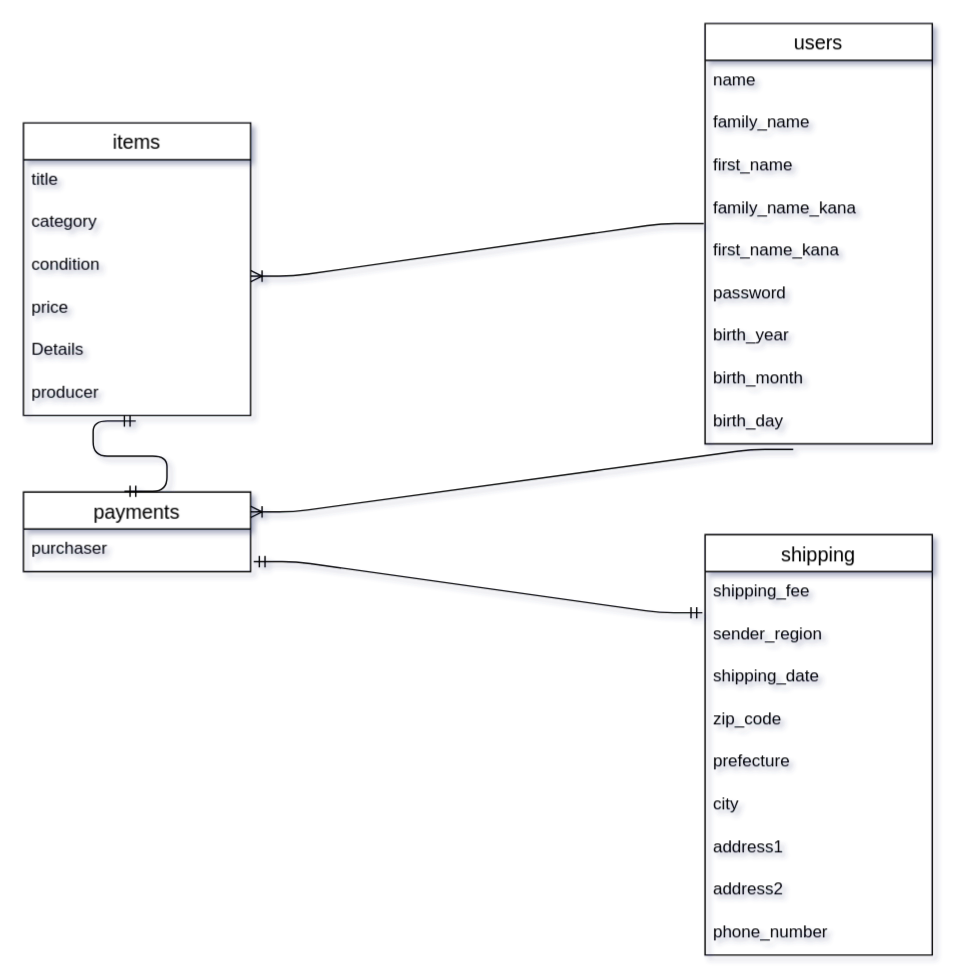
shohei-fujiwara03/furima-34435 keeps this draw.io diagram as page "ページ1" (1 of 2) of furima-34435.dio. Above is the earlier version. Source tidied: cells renumbered, new cells numbered last; positions are measured from the earlier drawing's top-left corner, leaving out a move shared by most shapes. Both pictures are drawn from the tidied source at 142%, with x=0, y=0 at pixel (23, 23).
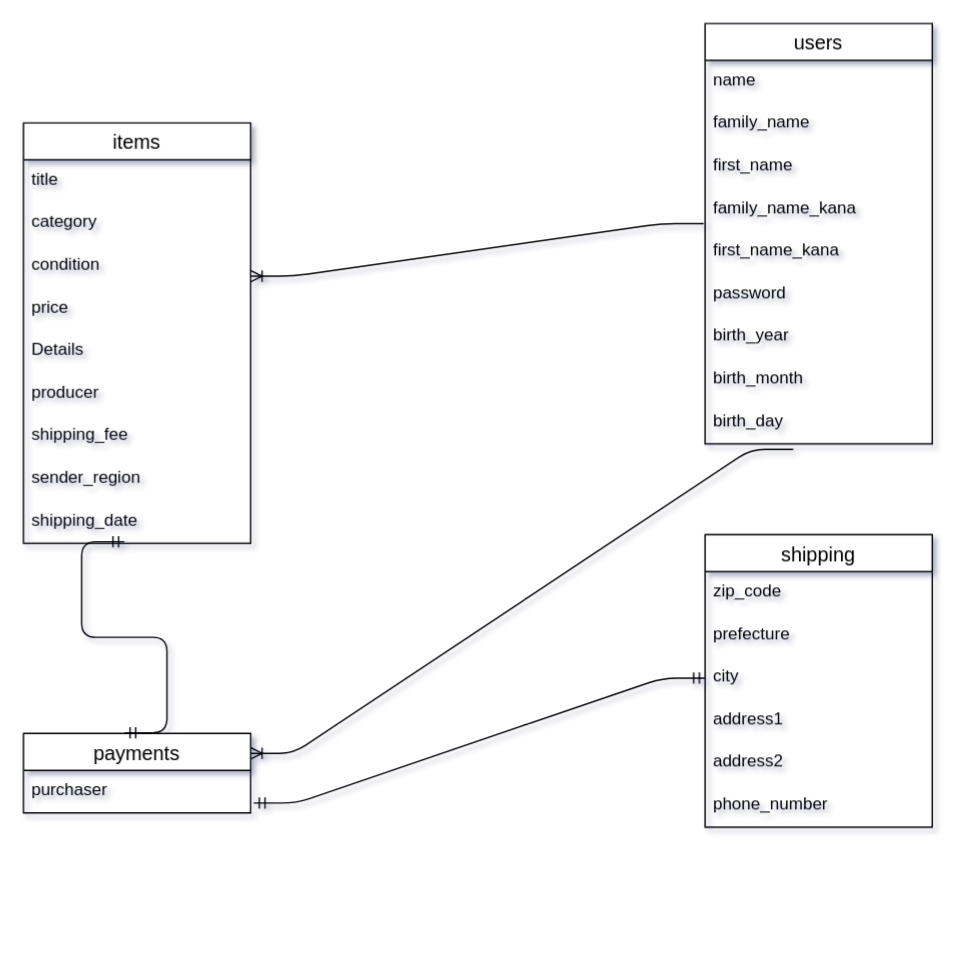
The same diagram, later.

Unchanged cells that the change refers to:
```xml
<mxCell id="8" value="producer" style="text;strokeColor=none;fillColor=none;spacingLeft=4;spacingRight=4;overflow=hidden;points=[[0,0.5],[1,0.5]];portConstraint=eastwest;fontSize=12;" parent="2" vertex="1">
  <mxGeometry y="176" width="160" height="30" as="geometry" />
</mxCell>
<mxCell id="20" value="purchaser" style="text;strokeColor=none;fillColor=none;spacingLeft=4;spacingRight=4;overflow=hidden;points=[[0,0.5],[1,0.5]];portConstraint=eastwest;fontSize=12;" parent="19" vertex="1">
  <mxGeometry y="26" width="160" height="30" as="geometry" />
</mxCell>
```

Change to the diagram source:
```diff
@@
     <mxCell id="2" value="items" style="swimlane;fontStyle=0;horizontal=1;startSize=26;align=center;fontSize=14;" parent="1" vertex="1">
-      <mxGeometry y="70" width="160" height="206" as="geometry" />
+      <mxGeometry y="70" width="160" height="296" as="geometry" />
     </mxCell>
@@
+    <mxCell id="22" value="shipping_fee" style="text;strokeColor=none;fillColor=none;spacingLeft=4;spacingRight=4;overflow=hidden;fontSize=12;" parent="2" vertex="1">
+      <mxGeometry y="206" width="160" height="30" as="geometry" />
+    </mxCell>
+    <mxCell id="23" value="sender_region" style="text;strokeColor=none;fillColor=none;spacingLeft=4;spacingRight=4;overflow=hidden;points=[[0,0.5],[1,0.5]];portConstraint=eastwest;fontSize=12;" parent="2" vertex="1">
+      <mxGeometry y="236" width="160" height="30" as="geometry" />
+    </mxCell>
+    <mxCell id="24" value="shipping_date" style="text;strokeColor=none;fillColor=none;spacingLeft=4;spacingRight=4;overflow=hidden;fontSize=12;" parent="2" vertex="1">
+      <mxGeometry y="266" width="160" height="30" as="geometry" />
+    </mxCell>
@@
     <mxCell id="19" value="payments" style="swimlane;fontStyle=0;horizontal=1;startSize=26;align=center;fontSize=14;" parent="1" vertex="1">
-      <mxGeometry y="330" width="160" height="56" as="geometry" />
+      <mxGeometry y="500" width="160" height="56" as="geometry" />
     </mxCell>
@@
     <mxCell id="21" value="shipping" style="swimlane;fontStyle=0;horizontal=1;startSize=26;align=center;fontSize=14;" parent="1" vertex="1">
-      <mxGeometry x="480" y="360" width="160" height="296" as="geometry" />
+      <mxGeometry x="480" y="360" width="160" height="206" as="geometry" />
     </mxCell>
-    <mxCell id="22" value="shipping_fee" style="text;strokeColor=none;fillColor=none;spacingLeft=4;spacingRight=4;overflow=hidden;fontSize=12;" parent="21" vertex="1">
-      <mxGeometry y="26" width="160" height="30" as="geometry" />
-    </mxCell>
-    <mxCell id="23" value="sender_region" style="text;strokeColor=none;fillColor=none;spacingLeft=4;spacingRight=4;overflow=hidden;points=[[0,0.5],[1,0.5]];portConstraint=eastwest;fontSize=12;" parent="21" vertex="1">
-      <mxGeometry y="56" width="160" height="30" as="geometry" />
-    </mxCell>
-    <mxCell id="24" value="shipping_date" style="text;strokeColor=none;fillColor=none;spacingLeft=4;spacingRight=4;overflow=hidden;fontSize=12;" parent="21" vertex="1">
-      <mxGeometry y="86" width="160" height="30" as="geometry" />
-    </mxCell>
     <mxCell id="25" value="zip_code" style="text;strokeColor=none;fillColor=none;spacingLeft=4;spacingRight=4;overflow=hidden;fontSize=12;" parent="21" vertex="1">
-      <mxGeometry y="116" width="160" height="30" as="geometry" />
+      <mxGeometry y="26" width="160" height="30" as="geometry" />
     </mxCell>
     <mxCell id="26" value="prefecture" style="text;strokeColor=none;fillColor=none;spacingLeft=4;spacingRight=4;overflow=hidden;fontSize=12;" parent="21" vertex="1">
-      <mxGeometry y="146" width="160" height="30" as="geometry" />
+      <mxGeometry y="56" width="160" height="30" as="geometry" />
     </mxCell>
     <mxCell id="27" value="city" style="text;strokeColor=none;fillColor=none;spacingLeft=4;spacingRight=4;overflow=hidden;points=[[0,0.5],[1,0.5]];portConstraint=eastwest;fontSize=12;" parent="21" vertex="1">
-      <mxGeometry y="176" width="160" height="30" as="geometry" />
+      <mxGeometry y="86" width="160" height="30" as="geometry" />
     </mxCell>
     <mxCell id="28" value="address1" style="text;strokeColor=none;fillColor=none;spacingLeft=4;spacingRight=4;overflow=hidden;fontSize=12;" parent="21" vertex="1">
-      <mxGeometry y="206" width="160" height="30" as="geometry" />
+      <mxGeometry y="116" width="160" height="30" as="geometry" />
     </mxCell>
     <mxCell id="29" value="address2" style="text;strokeColor=none;fillColor=none;spacingLeft=4;spacingRight=4;overflow=hidden;fontSize=12;" parent="21" vertex="1">
-      <mxGeometry y="236" width="160" height="30" as="geometry" />
+      <mxGeometry y="146" width="160" height="30" as="geometry" />
     </mxCell>
     <mxCell id="30" value="phone_number" style="text;strokeColor=none;fillColor=none;spacingLeft=4;spacingRight=4;overflow=hidden;fontSize=12;" parent="21" vertex="1">
-      <mxGeometry y="266" width="160" height="30" as="geometry" />
+      <mxGeometry y="176" width="160" height="30" as="geometry" />
     </mxCell>
-    <mxCell id="31" style="edgeStyle=entityRelationEdgeStyle;fontSize=12;html=1;endArrow=ERmandOne;startArrow=ERmandOne;exitX=1.013;exitY=0.767;exitDx=0;exitDy=0;entryX=-0.012;entryY=-0.033;entryDx=0;entryDy=0;entryPerimeter=0;exitPerimeter=0;" parent="1" edge="1" source="20" target="23">
+    <mxCell id="31" style="edgeStyle=entityRelationEdgeStyle;fontSize=12;html=1;endArrow=ERmandOne;startArrow=ERmandOne;exitX=1.013;exitY=0.767;exitDx=0;exitDy=0;entryX=0;entryY=0.5;entryDx=0;entryDy=0;exitPerimeter=0;" parent="1" edge="1" source="20" target="27">
       <mxGeometry relative="1" as="geometry" />
     </mxCell>
@@
-    <mxCell id="34" style="edgeStyle=entityRelationEdgeStyle;fontSize=12;html=1;endArrow=ERmandOne;startArrow=ERmandOne;exitX=0.444;exitY=-0.009;exitDx=0;exitDy=0;exitPerimeter=0;entryX=0.494;entryY=1.133;entryDx=0;entryDy=0;entryPerimeter=0;" parent="1" edge="1" source="19" target="8">
-      <mxGeometry relative="1" as="geometry" />
+    <mxCell id="34" style="edgeStyle=entityRelationEdgeStyle;fontSize=12;html=1;endArrow=ERmandOne;startArrow=ERmandOne;exitX=0.444;exitY=-0.009;exitDx=0;exitDy=0;exitPerimeter=0;" parent="1" edge="1" source="19">
+      <mxGeometry relative="1" as="geometry">
+        <mxPoint x="71" y="365" as="targetPoint" />
+      </mxGeometry>
     </mxCell>
```
